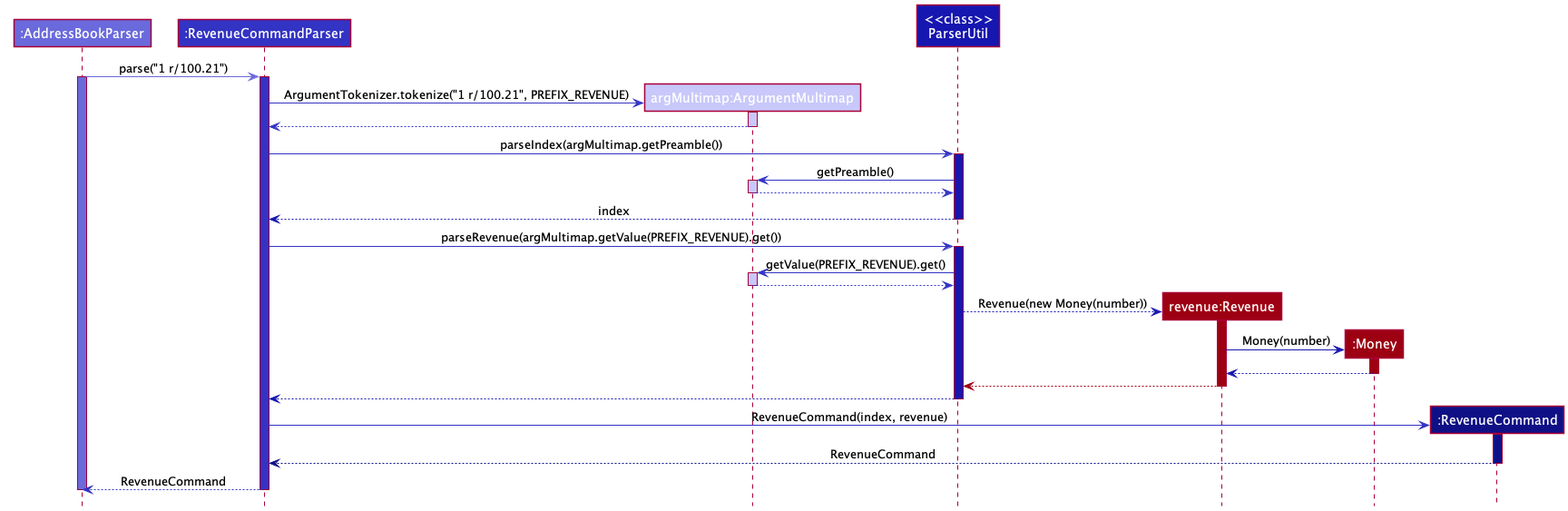
Earlier version of the PlantUML export docs/images/RevenueCommandParserSequenceDiagram.png (nus-cs2103-AY2122S1/tp).
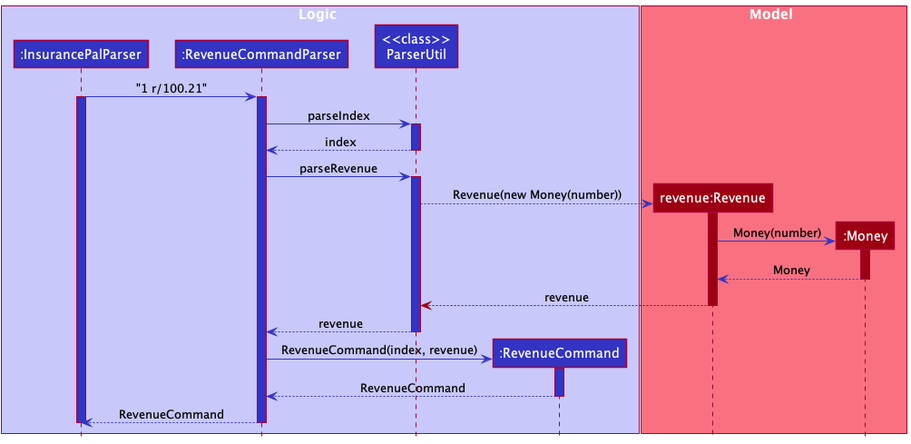
Later version of the same file.

Change to the diagram source:
```diff
@@ -1,74 +1,58 @@
 @startuml
 !include style.puml
 
-Participant ":AddressBookParser" as addressBookParser LOGIC_COLOR_T2
+box Logic LOGIC_COLOR_T1
+Participant ":InsurancePalParser" as insurancePalParser LOGIC_COLOR
 Participant ":RevenueCommandParser" as revenueCommandParser LOGIC_COLOR
-Participant "argMultimap:ArgumentMultimap" as argumentMultimap LOGIC_COLOR_T1
-Participant "<<class>>\nParserUtil" as util LOGIC_COLOR_T3
+Participant "<<class>>\nParserUtil" as util LOGIC_COLOR
+Participant ":RevenueCommand" as command LOGIC_COLOR
+end box
+
+box Model MODEL_COLOR_T1
 Participant "revenue:Revenue" as revenue MODEL_COLOR
 Participant ":Money" as money MODEL_COLOR
-Participant ":RevenueCommand" as command LOGIC_COLOR_T4
+end box
 
-
-addressBookParser -[LOGIC_COLOR_T2]> revenueCommandParser : parse("1 r/100.21")
-activate addressBookParser LOGIC_COLOR_T2
+insurancePalParser -[LOGIC_COLOR]> revenueCommandParser :"1 r/100.21"
+activate insurancePalParser LOGIC_COLOR
 activate revenueCommandParser LOGIC_COLOR
 
-create argumentMultimap
-revenueCommandParser -[LOGIC_COLOR]> argumentMultimap : ArgumentTokenizer.tokenize("1 r/100.21", PREFIX_REVENUE)
-activate argumentMultimap LOGIC_COLOR_T1
+revenueCommandParser -[LOGIC_COLOR]> util :parseIndex
+activate util LOGIC_COLOR
 
-argumentMultimap -[LOGIC_COLOR]-> revenueCommandParser
-deactivate argumentMultimap
-
-revenueCommandParser -[LOGIC_COLOR]> util :parseIndex(argMultimap.getPreamble())
-activate util LOGIC_COLOR_T3
-
-util -[LOGIC_COLOR]> argumentMultimap:getPreamble()
-activate argumentMultimap LOGIC_COLOR_T1
-
-argumentMultimap -[LOGIC_COLOR]-> util
-deactivate argumentMultimap
-
-util -[LOGIC_COLOR_T3]-> revenueCommandParser :index
+util -[LOGIC_COLOR]-> revenueCommandParser :index
 deactivate util
 
-revenueCommandParser -[LOGIC_COLOR]> util :parseRevenue(argMultimap.getValue(PREFIX_REVENUE).get())
-activate util LOGIC_COLOR_T3
-
-util -[LOGIC_COLOR]> argumentMultimap:getValue(PREFIX_REVENUE).get()
-activate argumentMultimap LOGIC_COLOR_T1
-
-argumentMultimap -[LOGIC_COLOR]-> util
-deactivate argumentMultimap
+revenueCommandParser -[LOGIC_COLOR]> util :parseRevenue
+activate util LOGIC_COLOR
 
 create revenue
-util -[LOGIC_COLOR_T3]-> revenue: Revenue(new Money(number))
+util -[LOGIC_COLOR]-> revenue: Revenue(new Money(number))
 activate revenue MODEL_COLOR
 
 create money
-revenue -[LOGIC_COLOR_T3]> money: Money(number)
+revenue -[LOGIC_COLOR]> money: Money(number)
 activate money MODEL_COLOR
 
-money -[LOGIC_COLOR_T3]-> revenue
+money -[LOGIC_COLOR]-> revenue : Money
 deactivate money
 
-revenue -[MODEL_COLOR]-> util
+revenue -[MODEL_COLOR]-> util :revenue
 deactivate revenue
 
-util -[LOGIC_COLOR_T3]-> revenueCommandParser
+util -[LOGIC_COLOR]-> revenueCommandParser :revenue
 deactivate util
 
 create command
 revenueCommandParser -[LOGIC_COLOR]> command :RevenueCommand(index, revenue)
-activate command LOGIC_COLOR_T4
+activate command LOGIC_COLOR
 
-command -[LOGIC_COLOR_T4]-> revenueCommandParser : RevenueCommand
+command -[LOGIC_COLOR]-> revenueCommandParser : RevenueCommand
 deactivate command
 
-revenueCommandParser -[LOGIC_COLOR]-> addressBookParser: RevenueCommand
+revenueCommandParser -[LOGIC_COLOR]-> insurancePalParser : RevenueCommand
 deactivate revenueCommandParser
 
-deactivate addressBookParser
+deactivate insurancePalParser
 
 @enduml
```
